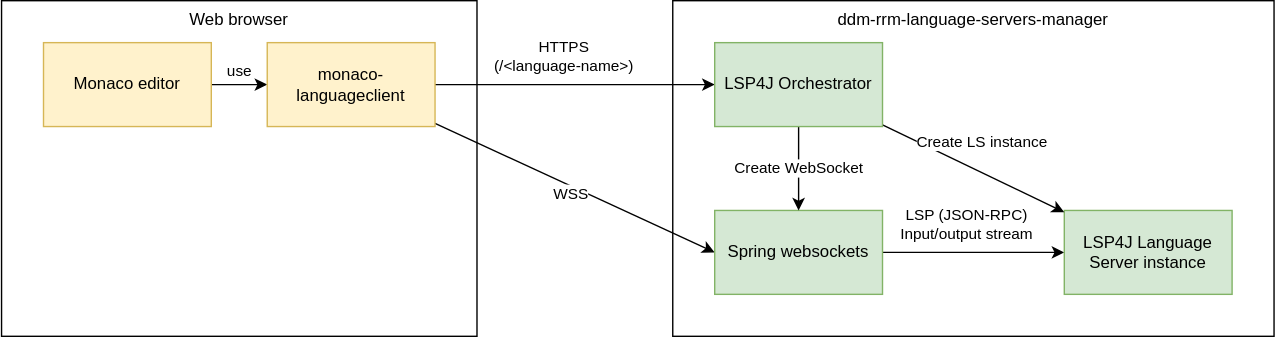
The draw.io diagram modules/tech/images/architecture-workspace/platform-evolution/bpmnio-groovy-editor/web-sockets-diagram.svg in epam/edp-ddm-architecture, before a commit. Source tidied: cells renumbered, new cells last; positions are measured from the earlier drawing's top-left corner, leaving out a move shared by most shapes. Its diagram source:
```xml
<mxGraphModel>
  <root>
    <mxCell id="0" />
    <mxCell id="1" parent="0" />
    <mxCell id="2" value="Web browser" style="rounded=0;whiteSpace=wrap;html=1;verticalAlign=top;" parent="1" vertex="1">
      <mxGeometry width="340" height="240" as="geometry" />
    </mxCell>
    <mxCell id="3" value="ddm-rrm-language-servers-manager" style="rounded=0;whiteSpace=wrap;html=1;verticalAlign=top;" parent="1" vertex="1">
      <mxGeometry x="480" width="430" height="240" as="geometry" />
    </mxCell>
    <mxCell id="4" style="edgeStyle=orthogonalEdgeStyle;rounded=0;jettySize=auto;html=1;" parent="1" edge="1" source="6" target="11">
      <mxGeometry relative="1" as="geometry" />
    </mxCell>
    <mxCell id="5" value="use" style="edgeLabel;html=1;align=center;verticalAlign=middle;" parent="4" vertex="1">
      <mxGeometry x="0.01" relative="1" as="geometry">
        <mxPoint y="-10" as="offset" />
      </mxGeometry>
    </mxCell>
    <mxCell id="6" value="Monaco editor" style="rounded=0;whiteSpace=wrap;html=1;fillColor=#fff2cc;strokeColor=#d6b656;" parent="1" vertex="1">
      <mxGeometry x="30" y="30" width="120" height="60" as="geometry" />
    </mxCell>
    <mxCell id="7" style="rounded=0;jettySize=auto;html=1;entryX=0;entryY=0.5;entryDx=0;entryDy=0;" parent="1" edge="1" source="11" target="13">
      <mxGeometry relative="1" as="geometry" />
    </mxCell>
    <mxCell id="8" value="WSS" style="edgeLabel;html=1;align=center;verticalAlign=middle;" parent="7" vertex="1">
      <mxGeometry x="0.3" y="-1" relative="1" as="geometry">
        <mxPoint x="-33" y="-11" as="offset" />
      </mxGeometry>
    </mxCell>
    <mxCell id="9" style="rounded=0;jettySize=auto;html=1;entryX=0;entryY=0.5;entryDx=0;entryDy=0;" parent="1" edge="1" source="11" target="17">
      <mxGeometry relative="1" as="geometry" />
    </mxCell>
    <mxCell id="10" value="HTTPS&lt;br&gt;(/&amp;lt;language-name&amp;gt;)" style="edgeLabel;html=1;align=center;verticalAlign=middle;" parent="9" vertex="1">
      <mxGeometry x="-0.21" y="-1" relative="1" as="geometry">
        <mxPoint x="13" y="-21" as="offset" />
      </mxGeometry>
    </mxCell>
    <mxCell id="11" value="monaco-languageclient" style="rounded=0;whiteSpace=wrap;html=1;fillColor=#fff2cc;strokeColor=#d6b656;" parent="1" vertex="1">
      <mxGeometry x="190" y="30" width="120" height="60" as="geometry" />
    </mxCell>
    <mxCell id="12" value="LSP (JSON-RPC)&lt;br&gt;Input/output stream" style="edgeStyle=orthogonalEdgeStyle;rounded=0;jettySize=auto;html=1;" parent="1" edge="1" source="13" target="14">
      <mxGeometry x="-0.08" y="20" relative="1" as="geometry" />
    </mxCell>
    <mxCell id="13" value="Spring websockets" style="rounded=0;whiteSpace=wrap;html=1;fillColor=#d5e8d4;strokeColor=#82b366;" parent="1" vertex="1">
      <mxGeometry x="510" y="150" width="120" height="60" as="geometry" />
    </mxCell>
    <mxCell id="14" value="LSP4J Language Server instance" style="rounded=0;whiteSpace=wrap;html=1;fillColor=#d5e8d4;strokeColor=#82b366;" parent="1" vertex="1">
      <mxGeometry x="760" y="150" width="120" height="60" as="geometry" />
    </mxCell>
    <mxCell id="15" value="Create WebSocket" style="edgeStyle=none;rounded=0;jettySize=auto;html=1;entryX=0.5;entryY=0;entryDx=0;entryDy=0;" parent="1" edge="1" source="17" target="13">
      <mxGeometry relative="1" as="geometry" />
    </mxCell>
    <mxCell id="16" value="Create LS instance" style="edgeStyle=none;rounded=0;jettySize=auto;html=1;" parent="1" edge="1" source="17" target="14">
      <mxGeometry x="-0.04" y="20" relative="1" as="geometry" />
    </mxCell>
    <mxCell id="17" value="LSP4J Orchestrator" style="rounded=0;whiteSpace=wrap;html=1;fillColor=#d5e8d4;strokeColor=#82b366;" parent="1" vertex="1">
      <mxGeometry x="510" y="30" width="120" height="60" as="geometry" />
    </mxCell>
  </root>
</mxGraphModel>
```
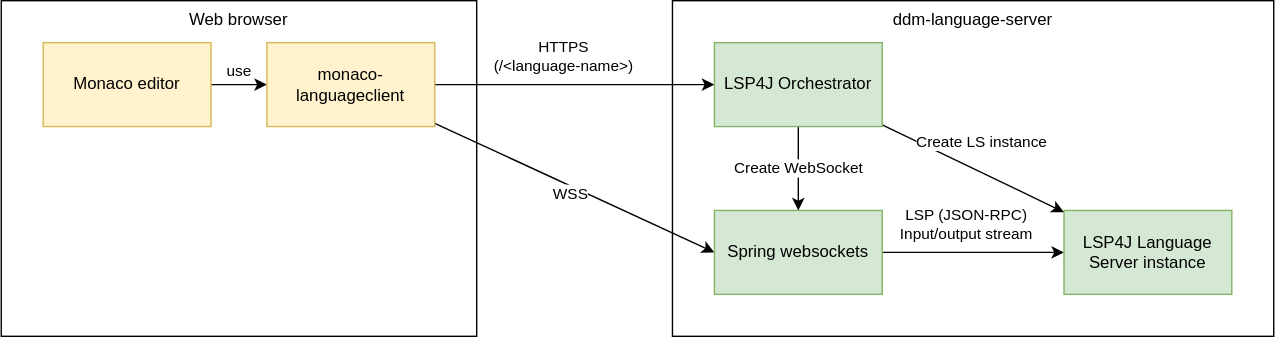
The same file after the commit.

The edit, as a diff of the source:
```diff
@@ -5,7 +5,7 @@
     <mxCell id="2" value="Web browser" style="rounded=0;whiteSpace=wrap;html=1;verticalAlign=top;" parent="1" vertex="1">
       <mxGeometry width="340" height="240" as="geometry" />
     </mxCell>
-    <mxCell id="3" value="ddm-rrm-language-servers-manager" style="rounded=0;whiteSpace=wrap;html=1;verticalAlign=top;" parent="1" vertex="1">
+    <mxCell id="3" value="ddm-language-server" style="rounded=0;whiteSpace=wrap;html=1;verticalAlign=top;" parent="1" vertex="1">
       <mxGeometry x="480" width="430" height="240" as="geometry" />
     </mxCell>
     <mxCell id="4" style="edgeStyle=orthogonalEdgeStyle;rounded=0;jettySize=auto;html=1;" parent="1" edge="1" source="6" target="11">
```
